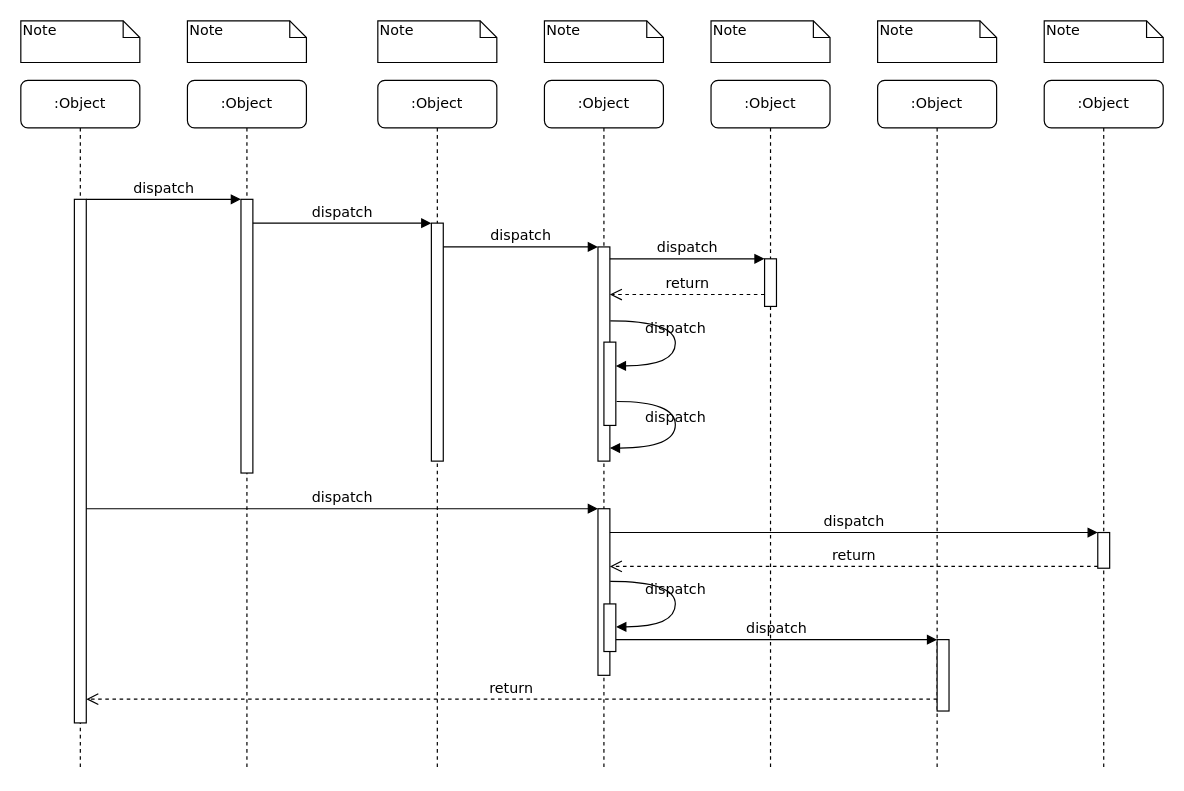
This is 未命名绘图.drawio from unclequentin/diagrams, a draw.io file, before an edit. Source tidied: cells renumbered, new cells numbered last; positions are measured from the earlier drawing's top-left corner, leaving out a move shared by most shapes. Both pictures are drawn from the tidied source at 119%, with x=0, y=0 at pixel (20, 20).
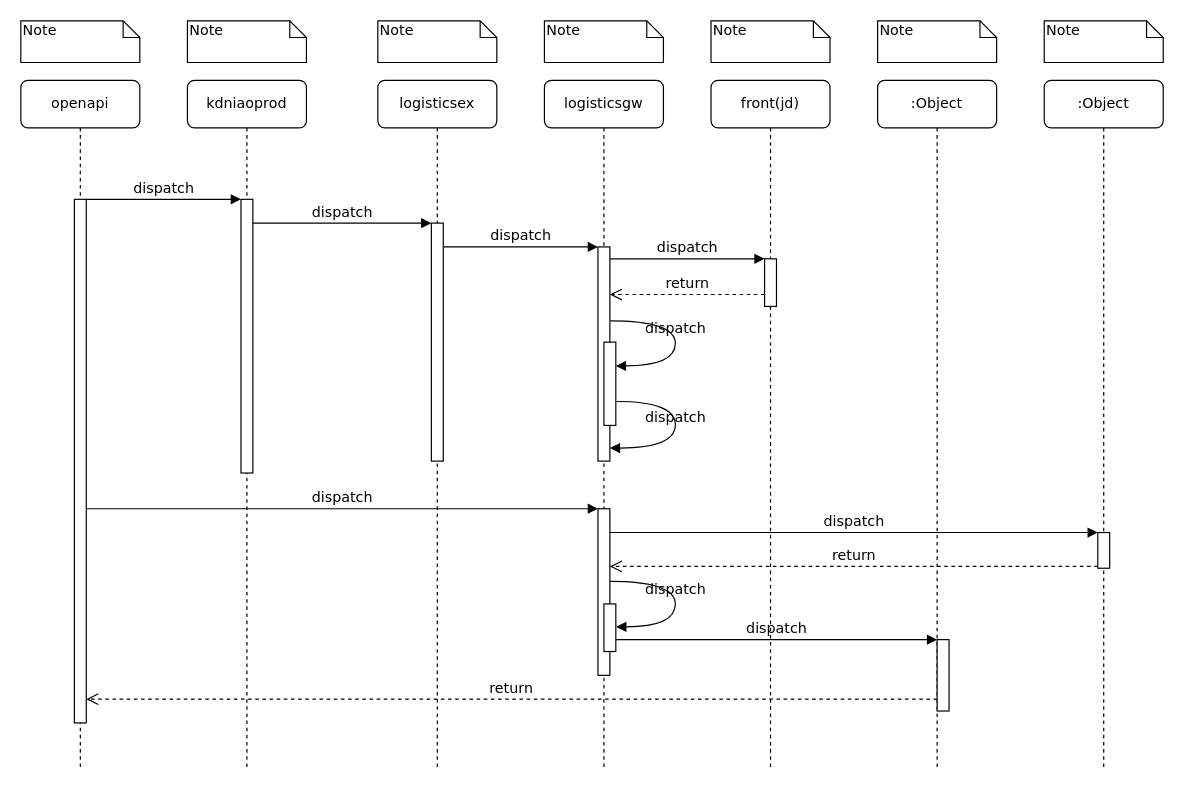
The same page after the edit.

The edit, as a diff of the source:
```diff
@@
-    <mxCell id="2" value=":Object" style="shape=umlLifeline;perimeter=lifelinePerimeter;whiteSpace=wrap;html=1;rounded=1;shadow=0;comic=0;labelBackgroundColor=none;strokeWidth=1;fontFamily=Verdana;fontSize=12;align=center;" parent="1" vertex="1">
+    <mxCell id="2" value="kdniaoprod" style="shape=umlLifeline;perimeter=lifelinePerimeter;whiteSpace=wrap;html=1;rounded=1;shadow=0;comic=0;labelBackgroundColor=none;strokeWidth=1;fontFamily=Verdana;fontSize=12;align=center;" parent="1" vertex="1">
       <mxGeometry x="140" y="50" width="100" height="580" as="geometry" />
     </mxCell>
@@
-    <mxCell id="4" value=":Object" style="shape=umlLifeline;perimeter=lifelinePerimeter;whiteSpace=wrap;html=1;rounded=1;shadow=0;comic=0;labelBackgroundColor=none;strokeWidth=1;fontFamily=Verdana;fontSize=12;align=center;" parent="1" vertex="1">
+    <mxCell id="4" value="logisticsex" style="shape=umlLifeline;perimeter=lifelinePerimeter;whiteSpace=wrap;html=1;rounded=1;shadow=0;comic=0;labelBackgroundColor=none;strokeWidth=1;fontFamily=Verdana;fontSize=12;align=center;" parent="1" vertex="1">
       <mxGeometry x="300" y="50" width="100" height="580" as="geometry" />
     </mxCell>
@@
-    <mxCell id="6" value=":Object" style="shape=umlLifeline;perimeter=lifelinePerimeter;whiteSpace=wrap;html=1;rounded=1;shadow=0;comic=0;labelBackgroundColor=none;strokeWidth=1;fontFamily=Verdana;fontSize=12;align=center;" parent="1" vertex="1">
+    <mxCell id="6" value="logisticsgw" style="shape=umlLifeline;perimeter=lifelinePerimeter;whiteSpace=wrap;html=1;rounded=1;shadow=0;comic=0;labelBackgroundColor=none;strokeWidth=1;fontFamily=Verdana;fontSize=12;align=center;" parent="1" vertex="1">
       <mxGeometry x="440" y="50" width="100" height="580" as="geometry" />
     </mxCell>
-    <mxCell id="7" value=":Object" style="shape=umlLifeline;perimeter=lifelinePerimeter;whiteSpace=wrap;html=1;rounded=1;shadow=0;comic=0;labelBackgroundColor=none;strokeWidth=1;fontFamily=Verdana;fontSize=12;align=center;" parent="1" vertex="1">
+    <mxCell id="7" value="front(jd)" style="shape=umlLifeline;perimeter=lifelinePerimeter;whiteSpace=wrap;html=1;rounded=1;shadow=0;comic=0;labelBackgroundColor=none;strokeWidth=1;fontFamily=Verdana;fontSize=12;align=center;" parent="1" vertex="1">
       <mxGeometry x="580" y="50" width="100" height="580" as="geometry" />
     </mxCell>
@@
-    <mxCell id="10" value=":Object" style="shape=umlLifeline;perimeter=lifelinePerimeter;whiteSpace=wrap;html=1;rounded=1;shadow=0;comic=0;labelBackgroundColor=none;strokeWidth=1;fontFamily=Verdana;fontSize=12;align=center;" parent="1" vertex="1">
+    <mxCell id="10" value="openapi" style="shape=umlLifeline;perimeter=lifelinePerimeter;whiteSpace=wrap;html=1;rounded=1;shadow=0;comic=0;labelBackgroundColor=none;strokeWidth=1;fontFamily=Verdana;fontSize=12;align=center;" parent="1" vertex="1">
       <mxGeometry y="50" width="100" height="580" as="geometry" />
     </mxCell>
```
